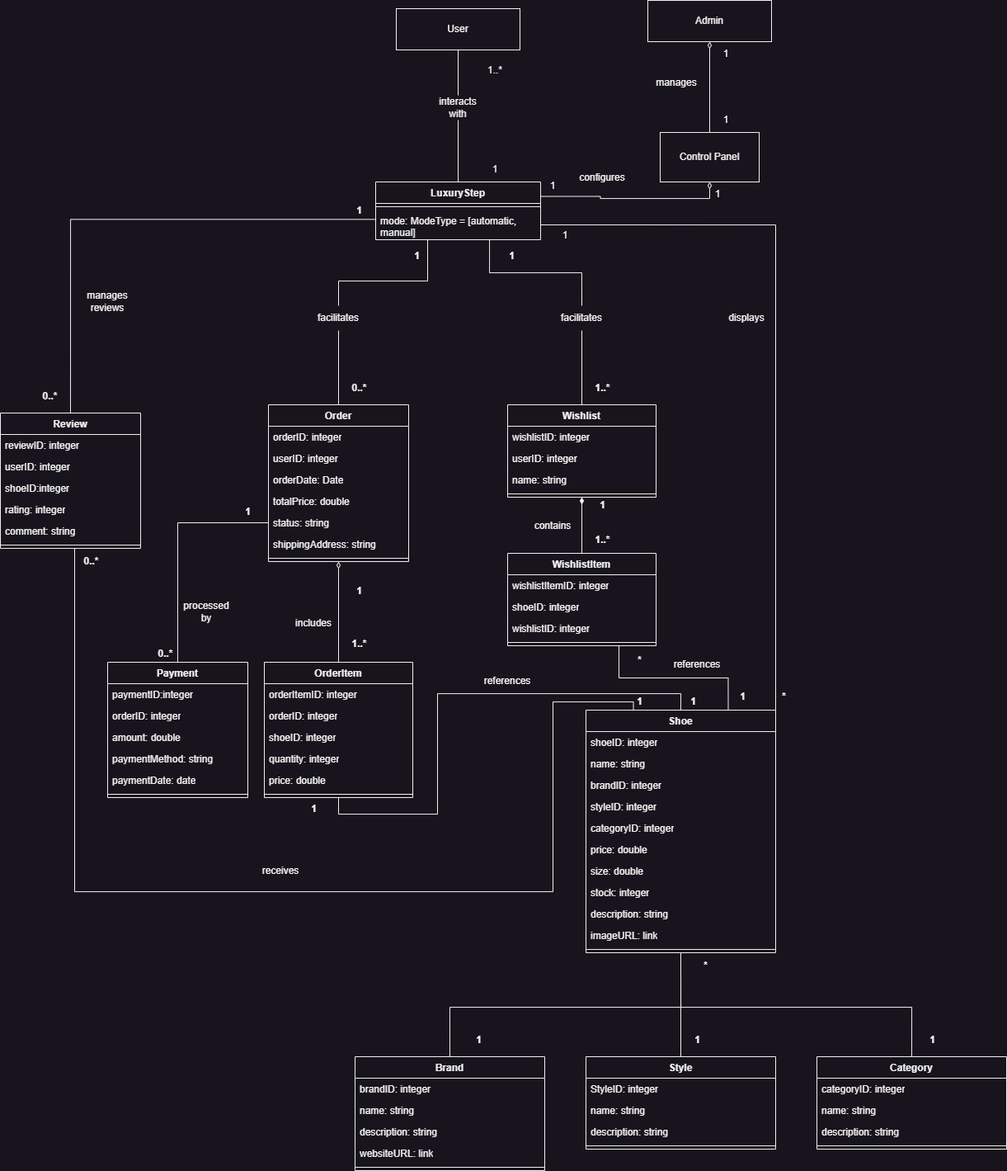
AidAliu/LuxuryStep keeps this draw.io diagram as Project Documentation/ConceptualModel/ConceptualModel.drawio.png. Above is the earlier version. Source tidied: cells renumbered, new cells last; positions are measured from the earlier drawing's top-left corner, leaving out a move shared by most shapes.
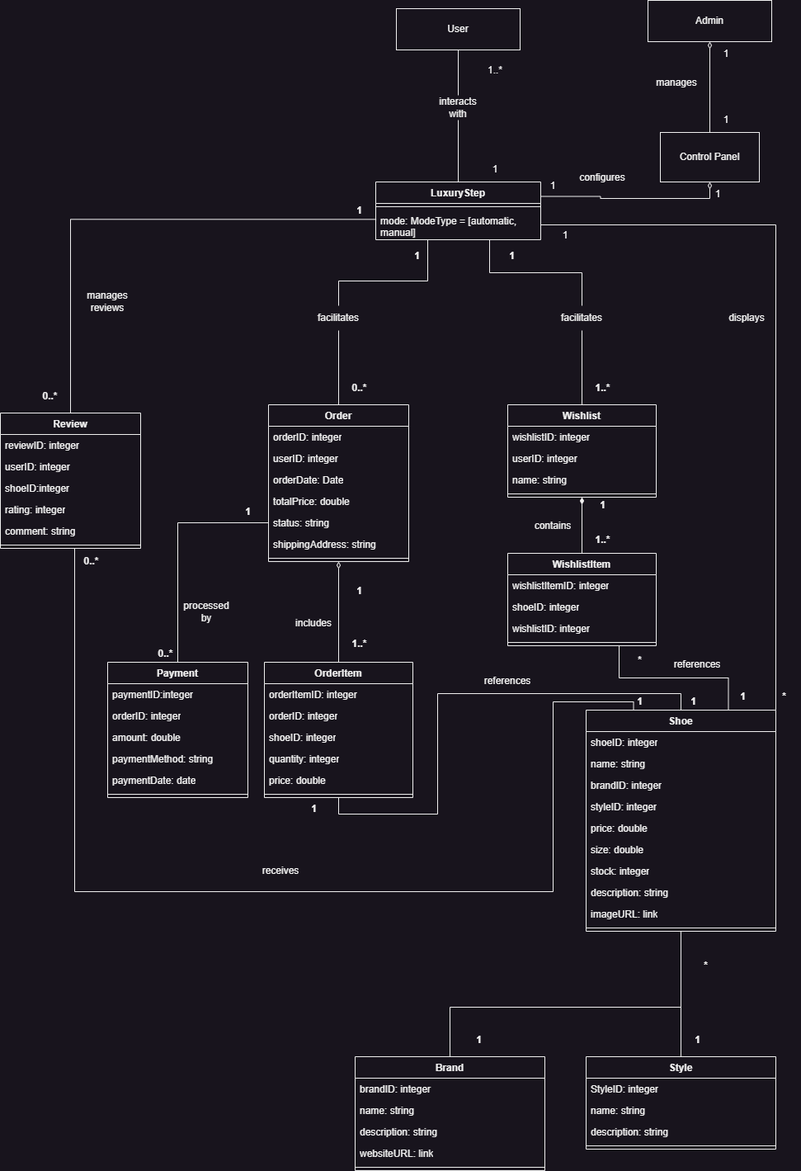
After the commit.

Change to the diagram source:
```diff
@@ -40,19 +40,11 @@
     <mxCell id="12" style="edgeStyle=orthogonalEdgeStyle;rounded=0;jettySize=auto;html=1;exitX=0.5;exitY=1;exitDx=0;exitDy=0;entryX=0.5;entryY=0;entryDx=0;entryDy=0;endArrow=none;endFill=0;" parent="1" edge="1" source="15" target="32">
       <mxGeometry relative="1" as="geometry" />
     </mxCell>
-    <mxCell id="13" style="edgeStyle=orthogonalEdgeStyle;rounded=0;jettySize=auto;html=1;exitX=0.5;exitY=1;exitDx=0;exitDy=0;entryX=0.5;entryY=0;entryDx=0;entryDy=0;endArrow=none;endFill=0;" parent="1" edge="1" source="15" target="27">
-      <mxGeometry relative="1" as="geometry">
-        <Array as="points">
-          <mxPoint x="825" y="1220" />
-          <mxPoint x="1105" y="1220" />
-        </Array>
-      </mxGeometry>
-    </mxCell>
     <mxCell id="14" style="edgeStyle=orthogonalEdgeStyle;rounded=0;jettySize=auto;html=1;exitX=1;exitY=0;exitDx=0;exitDy=0;entryX=1;entryY=0.5;entryDx=0;entryDy=0;endArrow=none;endFill=0;startArrow=none;startFill=0;" parent="1" edge="1" source="15" target="10">
       <mxGeometry relative="1" as="geometry" />
     </mxCell>
     <mxCell id="15" value="Shoe" style="swimlane;fontStyle=1;align=center;verticalAlign=top;horizontal=1;startSize=26;whiteSpace=wrap;html=1;" parent="1" vertex="1">
-      <mxGeometry x="710" y="860" width="230" height="294" as="geometry" />
+      <mxGeometry x="710" y="860" width="230" height="268" as="geometry" />
     </mxCell>
     <mxCell id="16" value="shoeID: integer" style="text;strokeColor=none;fillColor=none;align=left;verticalAlign=top;spacingLeft=4;spacingRight=4;overflow=hidden;whiteSpace=wrap;html=1;" parent="15" vertex="1">
       <mxGeometry y="26" width="230" height="26" as="geometry" />
@@ -66,42 +58,24 @@
     <mxCell id="19" value="styleID: integer" style="text;strokeColor=none;fillColor=none;align=left;verticalAlign=top;spacingLeft=4;spacingRight=4;overflow=hidden;whiteSpace=wrap;html=1;" parent="15" vertex="1">
       <mxGeometry y="104" width="230" height="26" as="geometry" />
     </mxCell>
-    <mxCell id="20" value="categoryID: integer" style="text;strokeColor=none;fillColor=none;align=left;verticalAlign=top;spacingLeft=4;spacingRight=4;overflow=hidden;whiteSpace=wrap;html=1;" parent="15" vertex="1">
-      <mxGeometry y="130" width="230" height="26" as="geometry" />
-    </mxCell>
     <mxCell id="21" value="price: double" style="text;strokeColor=none;fillColor=none;align=left;verticalAlign=top;spacingLeft=4;spacingRight=4;overflow=hidden;whiteSpace=wrap;html=1;" parent="15" vertex="1">
-      <mxGeometry y="156" width="230" height="26" as="geometry" />
+      <mxGeometry y="130" width="230" height="26" as="geometry" />
     </mxCell>
     <mxCell id="22" value="size: double" style="text;strokeColor=none;fillColor=none;align=left;verticalAlign=top;spacingLeft=4;spacingRight=4;overflow=hidden;whiteSpace=wrap;html=1;" parent="15" vertex="1">
-      <mxGeometry y="182" width="230" height="26" as="geometry" />
+      <mxGeometry y="156" width="230" height="26" as="geometry" />
     </mxCell>
     <mxCell id="23" value="stock: integer" style="text;strokeColor=none;fillColor=none;align=left;verticalAlign=top;spacingLeft=4;spacingRight=4;overflow=hidden;whiteSpace=wrap;html=1;" parent="15" vertex="1">
-      <mxGeometry y="208" width="230" height="26" as="geometry" />
+      <mxGeometry y="182" width="230" height="26" as="geometry" />
     </mxCell>
     <mxCell id="24" value="description: string" style="text;strokeColor=none;fillColor=none;align=left;verticalAlign=top;spacingLeft=4;spacingRight=4;overflow=hidden;whiteSpace=wrap;html=1;" parent="15" vertex="1">
-      <mxGeometry y="234" width="230" height="26" as="geometry" />
+      <mxGeometry y="208" width="230" height="26" as="geometry" />
     </mxCell>
     <mxCell id="25" value="imageURL: link" style="text;strokeColor=none;fillColor=none;align=left;verticalAlign=top;spacingLeft=4;spacingRight=4;overflow=hidden;whiteSpace=wrap;html=1;" parent="15" vertex="1">
-      <mxGeometry y="260" width="230" height="26" as="geometry" />
+      <mxGeometry y="234" width="230" height="26" as="geometry" />
     </mxCell>
     <mxCell id="26" style="line;strokeWidth=1;fillColor=none;align=left;verticalAlign=middle;spacingTop=-1;spacingLeft=3;spacingRight=3;labelPosition=right;strokeColor=inherit;" parent="15" vertex="1">
-      <mxGeometry y="286" width="230" height="8" as="geometry" />
+      <mxGeometry y="260" width="230" height="8" as="geometry" />
     </mxCell>
-    <mxCell id="27" value="Category" style="swimlane;fontStyle=1;align=center;verticalAlign=top;horizontal=1;startSize=26;whiteSpace=wrap;html=1;" parent="1" vertex="1">
-      <mxGeometry x="990" y="1280" width="230" height="112" as="geometry" />
-    </mxCell>
-    <mxCell id="28" value="categoryID: integer" style="text;strokeColor=none;fillColor=none;align=left;verticalAlign=top;spacingLeft=4;spacingRight=4;overflow=hidden;whiteSpace=wrap;html=1;" parent="27" vertex="1">
-      <mxGeometry y="26" width="230" height="26" as="geometry" />
-    </mxCell>
-    <mxCell id="29" value="name: string" style="text;strokeColor=none;fillColor=none;align=left;verticalAlign=top;spacingLeft=4;spacingRight=4;overflow=hidden;whiteSpace=wrap;html=1;" parent="27" vertex="1">
-      <mxGeometry y="52" width="230" height="26" as="geometry" />
-    </mxCell>
-    <mxCell id="30" value="description: string" style="text;strokeColor=none;fillColor=none;align=left;verticalAlign=top;spacingLeft=4;spacingRight=4;overflow=hidden;whiteSpace=wrap;html=1;" parent="27" vertex="1">
-      <mxGeometry y="78" width="230" height="26" as="geometry" />
-    </mxCell>
-    <mxCell id="31" style="line;strokeWidth=1;fillColor=none;align=left;verticalAlign=middle;spacingTop=-1;spacingLeft=3;spacingRight=3;labelPosition=right;strokeColor=inherit;" parent="27" vertex="1">
-      <mxGeometry y="104" width="230" height="8" as="geometry" />
-    </mxCell>
     <mxCell id="32" value="Style" style="swimlane;fontStyle=1;align=center;verticalAlign=top;horizontal=1;startSize=26;whiteSpace=wrap;html=1;" parent="1" vertex="1">
       <mxGeometry x="710" y="1280" width="230" height="112" as="geometry" />
     </mxCell>
@@ -300,9 +274,6 @@
     <mxCell id="92" value="*" style="text;align=center;fontStyle=1;verticalAlign=middle;spacingLeft=3;spacingRight=3;strokeColor=none;html=1;" parent="1" vertex="1">
       <mxGeometry x="835" y="1160" width="40" height="20" as="geometry" />
     </mxCell>
-    <mxCell id="93" value="1" style="text;align=center;fontStyle=1;verticalAlign=middle;spacingLeft=3;spacingRight=3;strokeColor=none;html=1;" parent="1" vertex="1">
-      <mxGeometry x="1110" y="1250" width="40" height="20" as="geometry" />
-    </mxCell>
     <mxCell id="94" value="0..*" style="text;align=center;fontStyle=1;verticalAlign=middle;spacingLeft=3;spacingRight=3;strokeColor=none;html=1;" parent="1" vertex="1">
       <mxGeometry x="415" y="460" width="40" height="20" as="geometry" />
     </mxCell>
```
